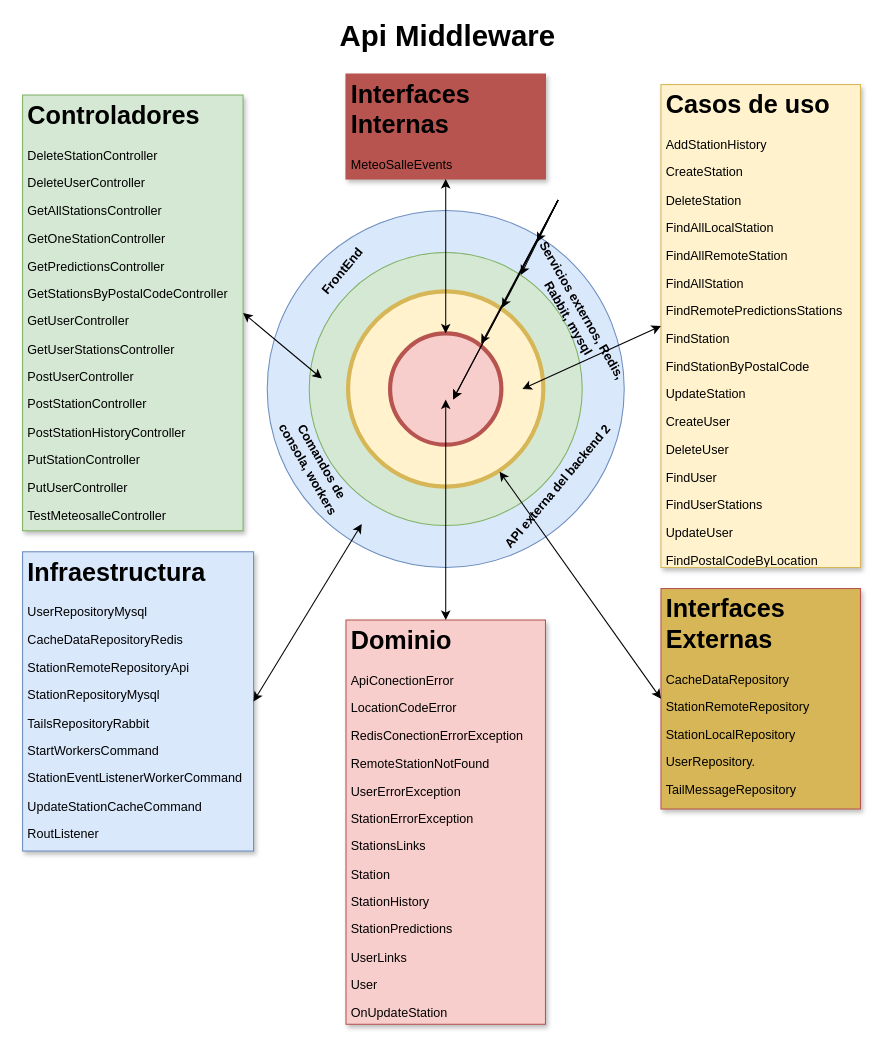
david-espinosa-fari/TFM keeps this draw.io diagram as documentacion/img/ArquitecturaHexagonal API MeteoSalle.drawio. Above is the earlier version. Source tidied: cells renumbered, new cells numbered last; positions are measured from the earlier drawing's top-left corner, leaving out a move shared by most shapes. Both pictures are drawn from the tidied source at 105%, with x=0, y=0 at pixel (22, 25).
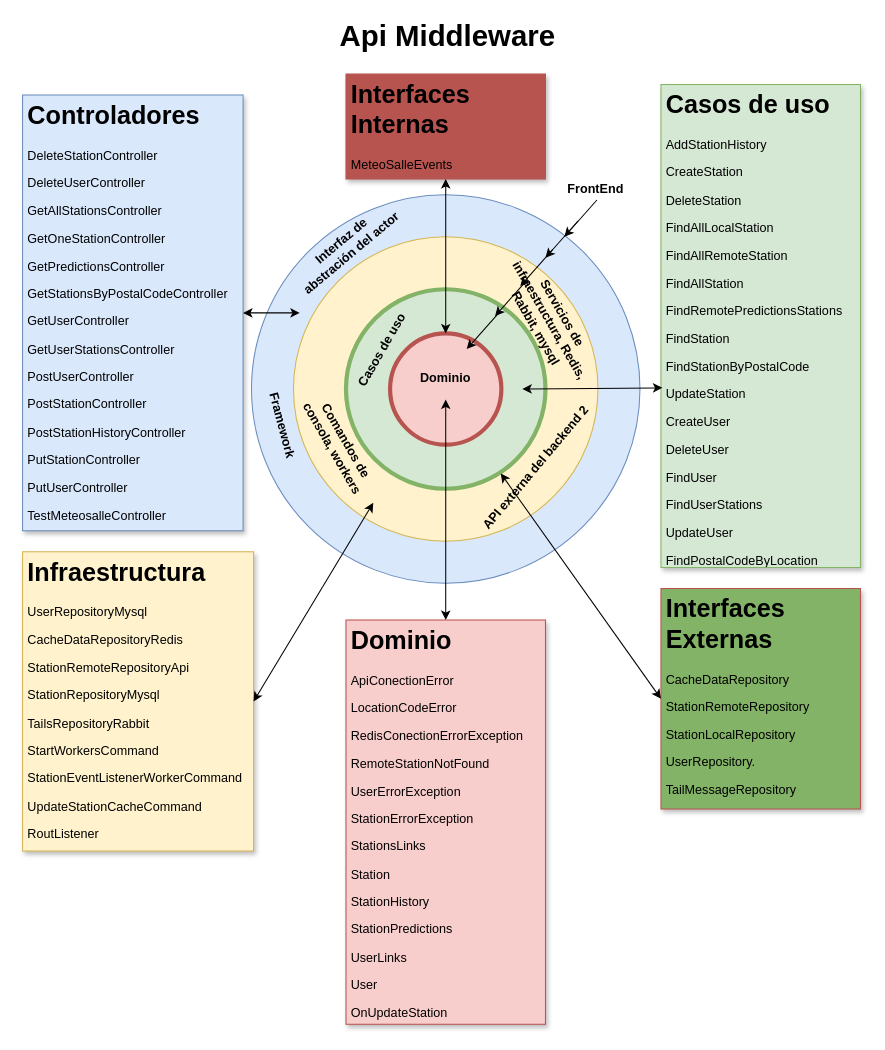
The same diagram, later.

Unchanged cells that the change refers to:
```xml
<mxCell id="5" style="ellipse;whiteSpace=wrap;html=1;fillColor=#f8cecc;strokeColor=#b85450;strokeWidth=4;" parent="1" vertex="1">
  <mxGeometry x="350" y="293" width="106" height="106" as="geometry" />
</mxCell>
```

What changed in the source:
```diff
@@
     <mxCell id="2" style="ellipse;whiteSpace=wrap;html=1;fillColor=#dae8fc;strokeColor=#6c8ebf;" parent="1" vertex="1">
-      <mxGeometry x="233" y="176" width="340" height="340" as="geometry" />
+      <mxGeometry x="218" y="161" width="370" height="370" as="geometry" />
     </mxCell>
-    <mxCell id="3" style="ellipse;whiteSpace=wrap;html=1;fillColor=#d5e8d4;strokeColor=#82b366;strokeWidth=1;" parent="1" vertex="1">
-      <mxGeometry x="273" y="216" width="260" height="260" as="geometry" />
+    <mxCell id="3" style="ellipse;whiteSpace=wrap;html=1;fillColor=#fff2cc;strokeColor=#d6b656;strokeWidth=1;" parent="1" vertex="1">
+      <mxGeometry x="258" y="201" width="290" height="290" as="geometry" />
     </mxCell>
-    <mxCell id="4" style="ellipse;whiteSpace=wrap;html=1;fillColor=#fff2cc;strokeColor=#d6b656;strokeWidth=4;" parent="1" vertex="1">
-      <mxGeometry x="310" y="253" width="186" height="186" as="geometry" />
+    <mxCell id="4" style="ellipse;whiteSpace=wrap;html=1;fillColor=#d5e8d4;strokeColor=#82b366;strokeWidth=4;" parent="1" vertex="1">
+      <mxGeometry x="308" y="251" width="190" height="190" as="geometry" />
     </mxCell>
@@
-    <mxCell id="6" value="FrontEnd" style="text;html=1;strokeColor=none;fillColor=none;align=center;verticalAlign=middle;whiteSpace=wrap;rounded=0;rotation=-50;fontStyle=1;" parent="1" vertex="1">
-      <mxGeometry x="215" y="224" width="180" height="20" as="geometry" />
+    <mxCell id="6" value="FrontEnd" style="text;html=1;strokeColor=none;fillColor=none;align=center;verticalAlign=middle;whiteSpace=wrap;rounded=0;rotation=0;fontStyle=1;" parent="1" vertex="1">
+      <mxGeometry x="456" y="146" width="180" height="20" as="geometry" />
     </mxCell>
     <mxCell id="7" value="Comandos de consola, workers" style="text;html=1;strokeColor=none;fillColor=none;align=center;verticalAlign=middle;whiteSpace=wrap;rounded=0;rotation=60;fontStyle=1;" parent="1" vertex="1">
-      <mxGeometry x="215" y="409" width="128" height="20" as="geometry" />
+      <mxGeometry x="238" y="389" width="128" height="20" as="geometry" />
     </mxCell>
-    <mxCell id="8" value="Servicios externos, Redis, Rabbit, mysql" style="text;html=1;strokeColor=none;fillColor=none;align=center;verticalAlign=middle;whiteSpace=wrap;rounded=0;rotation=60;fontStyle=1;" parent="1" vertex="1">
-      <mxGeometry x="446" y="265" width="162" height="20" as="geometry" />
+    <mxCell id="8" value="Servicios de infraestructura, Redis, Rabbit, mysql" style="text;html=1;strokeColor=none;fillColor=none;align=center;verticalAlign=middle;whiteSpace=wrap;rounded=0;rotation=60;fontStyle=1;" parent="1" vertex="1">
+      <mxGeometry x="421" y="271" width="162" height="20" as="geometry" />
     </mxCell>
     <mxCell id="9" value="API externa del backend 2" style="text;html=1;strokeColor=none;fillColor=none;align=center;verticalAlign=middle;whiteSpace=wrap;rounded=0;rotation=-50;fontStyle=1;" parent="1" vertex="1">
-      <mxGeometry x="420" y="429" width="180" height="20" as="geometry" />
+      <mxGeometry x="399" y="411" width="180" height="20" as="geometry" />
     </mxCell>
-    <mxCell id="10" value="&lt;h1&gt;Controladores&lt;/h1&gt;&lt;p&gt;DeleteStationController&lt;/p&gt;&lt;p&gt;DeleteUserController&lt;br&gt;&lt;/p&gt;&lt;p&gt;GetAllStationsController&lt;br&gt;&lt;/p&gt;&lt;p&gt;GetOneStationController&lt;br&gt;&lt;/p&gt;&lt;p&gt;GetPredictionsController&lt;br&gt;&lt;/p&gt;&lt;p&gt;GetStationsByPostalCodeController&lt;br&gt;&lt;/p&gt;&lt;p&gt;GetUserController&lt;br&gt;&lt;/p&gt;&lt;p&gt;GetUserStationsController&lt;br&gt;&lt;/p&gt;&lt;p&gt;PostUserController&lt;br&gt;&lt;/p&gt;&lt;p&gt;PostStationController&lt;br&gt;&lt;/p&gt;&lt;p&gt;PostStationHistoryController&lt;br&gt;&lt;/p&gt;&lt;p&gt;PutStationController&lt;/p&gt;&lt;p&gt;PutUserController&lt;br&gt;&lt;/p&gt;&lt;p&gt;TestMeteosalleController&lt;/p&gt;&lt;p&gt;&lt;br&gt;&lt;/p&gt;&lt;p&gt;&lt;br&gt;&lt;/p&gt;&lt;p&gt;&lt;br&gt;&lt;/p&gt;" style="text;html=1;strokeColor=#82b366;fillColor=#d5e8d4;spacing=5;spacingTop=-20;whiteSpace=wrap;overflow=hidden;rounded=0;glass=0;shadow=1;" parent="1" vertex="1">
+    <mxCell id="10" value="&lt;h1&gt;Controladores&lt;/h1&gt;&lt;p&gt;DeleteStationController&lt;/p&gt;&lt;p&gt;DeleteUserController&lt;br&gt;&lt;/p&gt;&lt;p&gt;GetAllStationsController&lt;br&gt;&lt;/p&gt;&lt;p&gt;GetOneStationController&lt;br&gt;&lt;/p&gt;&lt;p&gt;GetPredictionsController&lt;br&gt;&lt;/p&gt;&lt;p&gt;GetStationsByPostalCodeController&lt;br&gt;&lt;/p&gt;&lt;p&gt;GetUserController&lt;br&gt;&lt;/p&gt;&lt;p&gt;GetUserStationsController&lt;br&gt;&lt;/p&gt;&lt;p&gt;PostUserController&lt;br&gt;&lt;/p&gt;&lt;p&gt;PostStationController&lt;br&gt;&lt;/p&gt;&lt;p&gt;PostStationHistoryController&lt;br&gt;&lt;/p&gt;&lt;p&gt;PutStationController&lt;/p&gt;&lt;p&gt;PutUserController&lt;br&gt;&lt;/p&gt;&lt;p&gt;TestMeteosalleController&lt;/p&gt;&lt;p&gt;&lt;br&gt;&lt;/p&gt;&lt;p&gt;&lt;br&gt;&lt;/p&gt;&lt;p&gt;&lt;br&gt;&lt;/p&gt;" style="text;html=1;strokeColor=#6c8ebf;fillColor=#dae8fc;spacing=5;spacingTop=-20;whiteSpace=wrap;overflow=hidden;rounded=0;glass=0;shadow=1;" parent="1" vertex="1">
       <mxGeometry y="66" width="210" height="415" as="geometry" />
     </mxCell>
-    <mxCell id="11" value="&lt;h1&gt;Casos de uso&lt;/h1&gt;&lt;p&gt;AddStationHistory&lt;/p&gt;&lt;p&gt;CreateStation&lt;/p&gt;&lt;p&gt;DeleteStation&lt;/p&gt;&lt;p&gt;FindAllLocalStation&lt;/p&gt;&lt;p&gt;FindAllRemoteStation&lt;/p&gt;&lt;p&gt;FindAllStation&lt;/p&gt;&lt;p&gt;FindRemotePredictionsStations&lt;/p&gt;&lt;p&gt;FindStation&lt;/p&gt;&lt;p&gt;FindStationByPostalCode&lt;/p&gt;&lt;p&gt;UpdateStation&lt;/p&gt;&lt;p&gt;CreateUser&lt;/p&gt;&lt;p&gt;DeleteUser&lt;/p&gt;&lt;p&gt;FindUser&lt;/p&gt;&lt;p&gt;FindUserStations&lt;/p&gt;&lt;p&gt;UpdateUser&lt;/p&gt;&lt;p&gt;FindPostalCodeByLocation&lt;/p&gt;" style="text;html=1;strokeColor=#d6b656;fillColor=#fff2cc;spacing=5;spacingTop=-20;whiteSpace=wrap;overflow=hidden;rounded=0;shadow=1;glass=0;" parent="1" vertex="1">
+    <mxCell id="11" value="&lt;h1&gt;Casos de uso&lt;/h1&gt;&lt;p&gt;AddStationHistory&lt;/p&gt;&lt;p&gt;CreateStation&lt;/p&gt;&lt;p&gt;DeleteStation&lt;/p&gt;&lt;p&gt;FindAllLocalStation&lt;/p&gt;&lt;p&gt;FindAllRemoteStation&lt;/p&gt;&lt;p&gt;FindAllStation&lt;/p&gt;&lt;p&gt;FindRemotePredictionsStations&lt;/p&gt;&lt;p&gt;FindStation&lt;/p&gt;&lt;p&gt;FindStationByPostalCode&lt;/p&gt;&lt;p&gt;UpdateStation&lt;/p&gt;&lt;p&gt;CreateUser&lt;/p&gt;&lt;p&gt;DeleteUser&lt;/p&gt;&lt;p&gt;FindUser&lt;/p&gt;&lt;p&gt;FindUserStations&lt;/p&gt;&lt;p&gt;UpdateUser&lt;/p&gt;&lt;p&gt;FindPostalCodeByLocation&lt;/p&gt;" style="text;html=1;strokeColor=#82b366;fillColor=#d5e8d4;spacing=5;spacingTop=-20;whiteSpace=wrap;overflow=hidden;rounded=0;shadow=1;glass=0;" parent="1" vertex="1">
       <mxGeometry x="608" y="56" width="190" height="460" as="geometry" />
     </mxCell>
-    <mxCell id="12" style="endArrow=classic;startArrow=classic;html=1;entryX=0;entryY=0.5;entryDx=0;entryDy=0;exitX=1;exitY=0.5;exitDx=0;exitDy=0;" parent="1" edge="1" target="11">
+    <mxCell id="12" style="endArrow=classic;startArrow=classic;html=1;entryX=0.007;entryY=0.628;entryDx=0;entryDy=0;exitX=1;exitY=0.5;exitDx=0;exitDy=0;entryPerimeter=0;" parent="1" edge="1" target="11">
       <mxGeometry relative="1" as="geometry">
         <mxPoint x="476" y="346" as="sourcePoint" />
       </mxGeometry>
     </mxCell>
-    <mxCell id="13" style="endArrow=classic;startArrow=classic;html=1;exitX=1;exitY=0.5;exitDx=0;exitDy=0;entryX=0;entryY=0.5;entryDx=0;entryDy=0;" parent="1" edge="1" source="10">
+    <mxCell id="13" style="endArrow=classic;startArrow=classic;html=1;exitX=1;exitY=0.5;exitDx=0;exitDy=0;entryX=0.5;entryY=0.5;entryDx=0;entryDy=0;entryPerimeter=0;" parent="1" edge="1" source="10">
       <mxGeometry relative="1" as="geometry">
-        <mxPoint x="285" y="336" as="targetPoint" />
+        <mxPoint x="264" y="273.5" as="targetPoint" />
       </mxGeometry>
     </mxCell>
-    <mxCell id="14" value="&lt;h1&gt;Infraestructura&lt;/h1&gt;&lt;p&gt;UserRepositoryMysql&lt;/p&gt;&lt;p&gt;CacheDataRepositoryRedis&lt;/p&gt;&lt;p&gt;StationRemoteRepositoryApi&lt;/p&gt;&lt;p&gt;StationRepositoryMysql&lt;/p&gt;&lt;p&gt;TailsRepositoryRabbit&lt;/p&gt;&lt;p&gt;StartWorkersCommand&lt;/p&gt;&lt;p&gt;StationEventListenerWorkerCommand&lt;/p&gt;&lt;p&gt;UpdateStationCacheCommand&lt;/p&gt;&lt;p&gt;RoutListener&lt;br&gt;&lt;/p&gt;" style="text;html=1;strokeColor=#6c8ebf;fillColor=#dae8fc;spacing=5;spacingTop=-20;whiteSpace=wrap;overflow=hidden;rounded=0;shadow=1;glass=0;" parent="1" vertex="1">
+    <mxCell id="14" value="&lt;h1&gt;Infraestructura&lt;/h1&gt;&lt;p&gt;UserRepositoryMysql&lt;/p&gt;&lt;p&gt;CacheDataRepositoryRedis&lt;/p&gt;&lt;p&gt;StationRemoteRepositoryApi&lt;/p&gt;&lt;p&gt;StationRepositoryMysql&lt;/p&gt;&lt;p&gt;TailsRepositoryRabbit&lt;/p&gt;&lt;p&gt;StartWorkersCommand&lt;/p&gt;&lt;p&gt;StationEventListenerWorkerCommand&lt;/p&gt;&lt;p&gt;UpdateStationCacheCommand&lt;/p&gt;&lt;p&gt;RoutListener&lt;br&gt;&lt;/p&gt;" style="text;html=1;strokeColor=#d6b656;fillColor=#fff2cc;spacing=5;spacingTop=-20;whiteSpace=wrap;overflow=hidden;rounded=0;shadow=1;glass=0;" parent="1" vertex="1">
       <mxGeometry y="501" width="220" height="285" as="geometry" />
     </mxCell>
-    <mxCell id="15" style="endArrow=classic;startArrow=classic;html=1;entryX=0;entryY=0.75;entryDx=0;entryDy=0;exitX=1;exitY=0.5;exitDx=0;exitDy=0;" parent="1" edge="1" source="14">
-      <mxGeometry relative="1" as="geometry">
-        <mxPoint x="323" y="474.5" as="targetPoint" />
-      </mxGeometry>
+    <mxCell id="15" style="endArrow=classic;startArrow=classic;html=1;entryX=1;entryY=0.5;entryDx=0;entryDy=0;exitX=1;exitY=0.5;exitDx=0;exitDy=0;" parent="1" edge="1" source="14" target="7">
+      <mxGeometry relative="1" as="geometry" />
     </mxCell>
-    <mxCell id="16" value="&lt;h1&gt;Interfaces Externas&lt;/h1&gt;&lt;p&gt;CacheDataRepository&lt;/p&gt;&lt;p&gt;StationRemoteRepository&lt;/p&gt;&lt;p&gt;StationLocalRepository&lt;/p&gt;&lt;p&gt;UserRepository.&lt;/p&gt;&lt;p&gt;TailMessageRepository&lt;/p&gt;" style="text;html=1;strokeColor=#b85450;fillColor=#D6B656;spacing=5;spacingTop=-20;whiteSpace=wrap;overflow=hidden;rounded=0;shadow=1;glass=0;" parent="1" vertex="1">
+    <mxCell id="16" value="&lt;h1&gt;Interfaces Externas&lt;/h1&gt;&lt;p&gt;CacheDataRepository&lt;/p&gt;&lt;p&gt;StationRemoteRepository&lt;/p&gt;&lt;p&gt;StationLocalRepository&lt;/p&gt;&lt;p&gt;UserRepository.&lt;/p&gt;&lt;p&gt;TailMessageRepository&lt;/p&gt;" style="text;html=1;strokeColor=#b85450;fillColor=#82B366;spacing=5;spacingTop=-20;whiteSpace=wrap;overflow=hidden;rounded=0;shadow=1;glass=0;" parent="1" vertex="1">
       <mxGeometry x="608" y="536" width="190" height="210" as="geometry" />
     </mxCell>
@@
-    <mxCell id="22" style="endArrow=classic;html=1;" parent="1" edge="1">
-      <mxGeometry relative="1" as="geometry">
-        <mxPoint x="510" y="166" as="sourcePoint" />
-        <mxPoint x="490" y="206" as="targetPoint" />
-      </mxGeometry>
-    </mxCell>
-    <mxCell id="23" style="endArrow=classic;html=1;" parent="1" edge="1">
-      <mxGeometry relative="1" as="geometry">
-        <mxPoint x="510" y="166.5" as="sourcePoint" />
-        <mxPoint x="410" y="356" as="targetPoint" />
-      </mxGeometry>
-    </mxCell>
-    <mxCell id="24" style="endArrow=classic;html=1;entryX=0.775;entryY=0.082;entryDx=0;entryDy=0;entryPerimeter=0;" parent="1" edge="1" target="3">
-      <mxGeometry relative="1" as="geometry">
-        <mxPoint x="510" y="166" as="sourcePoint" />
-      </mxGeometry>
-    </mxCell>
-    <mxCell id="25" style="endArrow=classic;html=1;entryX=0.789;entryY=0.084;entryDx=0;entryDy=0;entryPerimeter=0;" parent="1" edge="1" target="4">
-      <mxGeometry relative="1" as="geometry">
-        <mxPoint x="510" y="166" as="sourcePoint" />
-      </mxGeometry>
-    </mxCell>
-    <mxCell id="26" style="endArrow=classic;html=1;entryX=0.819;entryY=0.094;entryDx=0;entryDy=0;entryPerimeter=0;" parent="1" edge="1" target="5">
-      <mxGeometry relative="1" as="geometry">
-        <mxPoint x="510" y="166" as="sourcePoint" />
-      </mxGeometry>
-    </mxCell>
-    <mxCell id="27" style="endArrow=classic;html=1;" parent="1" edge="1">
-      <mxGeometry relative="1" as="geometry">
-        <mxPoint x="510" y="166" as="sourcePoint" />
-        <mxPoint x="410" y="356" as="targetPoint" />
-      </mxGeometry>
-    </mxCell>
@@
+    <mxCell id="29" value="&lt;font style=&quot;font-size: 12px&quot;&gt;Interfaz de abstración del actor&lt;/font&gt;" style="text;html=1;strokeColor=none;fillColor=none;align=center;verticalAlign=middle;whiteSpace=wrap;rounded=0;shadow=1;glass=0;fontSize=12;fontStyle=1;rotation=-40;" parent="1" vertex="1">
+      <mxGeometry x="247.5" y="201" width="121" height="20" as="geometry" />
+    </mxCell>
+    <mxCell id="30" style="endArrow=classic;html=1;fontSize=12;exitX=0.5;exitY=1;exitDx=0;exitDy=0;" parent="1" edge="1">
+      <mxGeometry relative="1" as="geometry">
+        <mxPoint x="547" y="166" as="sourcePoint" />
+        <mxPoint x="516" y="201" as="targetPoint" />
+      </mxGeometry>
+    </mxCell>
+    <mxCell id="31" style="endArrow=classic;html=1;fontSize=12;exitX=0.5;exitY=1;exitDx=0;exitDy=0;" parent="1" edge="1">
+      <mxGeometry relative="1" as="geometry">
+        <mxPoint x="529" y="186" as="sourcePoint" />
+        <mxPoint x="498" y="221" as="targetPoint" />
+      </mxGeometry>
+    </mxCell>
+    <mxCell id="32" style="endArrow=classic;html=1;fontSize=12;exitX=0.5;exitY=1;exitDx=0;exitDy=0;" parent="1" edge="1">
+      <mxGeometry relative="1" as="geometry">
+        <mxPoint x="505" y="213" as="sourcePoint" />
+        <mxPoint x="474" y="248" as="targetPoint" />
+      </mxGeometry>
+    </mxCell>
+    <mxCell id="33" style="endArrow=classic;html=1;fontSize=12;exitX=0.5;exitY=1;exitDx=0;exitDy=0;" parent="1" edge="1">
+      <mxGeometry relative="1" as="geometry">
+        <mxPoint x="481" y="241.5" as="sourcePoint" />
+        <mxPoint x="450" y="276.5" as="targetPoint" />
+      </mxGeometry>
+    </mxCell>
+    <mxCell id="34" style="endArrow=classic;html=1;fontSize=12;exitX=0.5;exitY=1;exitDx=0;exitDy=0;" parent="1" edge="1">
+      <mxGeometry relative="1" as="geometry">
+        <mxPoint x="454" y="273" as="sourcePoint" />
+        <mxPoint x="423" y="308" as="targetPoint" />
+      </mxGeometry>
+    </mxCell>
+    <mxCell id="35" value="&lt;font style=&quot;font-size: 12px&quot;&gt;Framework&lt;/font&gt;" style="text;html=1;strokeColor=none;fillColor=none;align=center;verticalAlign=middle;whiteSpace=wrap;rounded=0;shadow=1;glass=0;fontSize=12;fontStyle=1;rotation=75;" parent="1" vertex="1">
+      <mxGeometry x="187" y="371" width="121" height="20" as="geometry" />
+    </mxCell>
+    <mxCell id="36" value="Casos de uso" style="text;html=1;strokeColor=none;fillColor=none;align=center;verticalAlign=middle;whiteSpace=wrap;rounded=0;shadow=1;glass=0;fontSize=12;rotation=-60;fontStyle=1;" parent="1" vertex="1">
+      <mxGeometry x="270" y="299" width="145" height="20" as="geometry" />
+    </mxCell>
+    <mxCell id="37" value="Dominio" style="text;html=1;strokeColor=none;fillColor=none;align=center;verticalAlign=middle;whiteSpace=wrap;rounded=0;shadow=1;glass=0;fontSize=12;fontStyle=1;" parent="1" vertex="1">
+      <mxGeometry x="383" y="325.8" width="40" height="20" as="geometry" />
+    </mxCell>
```
